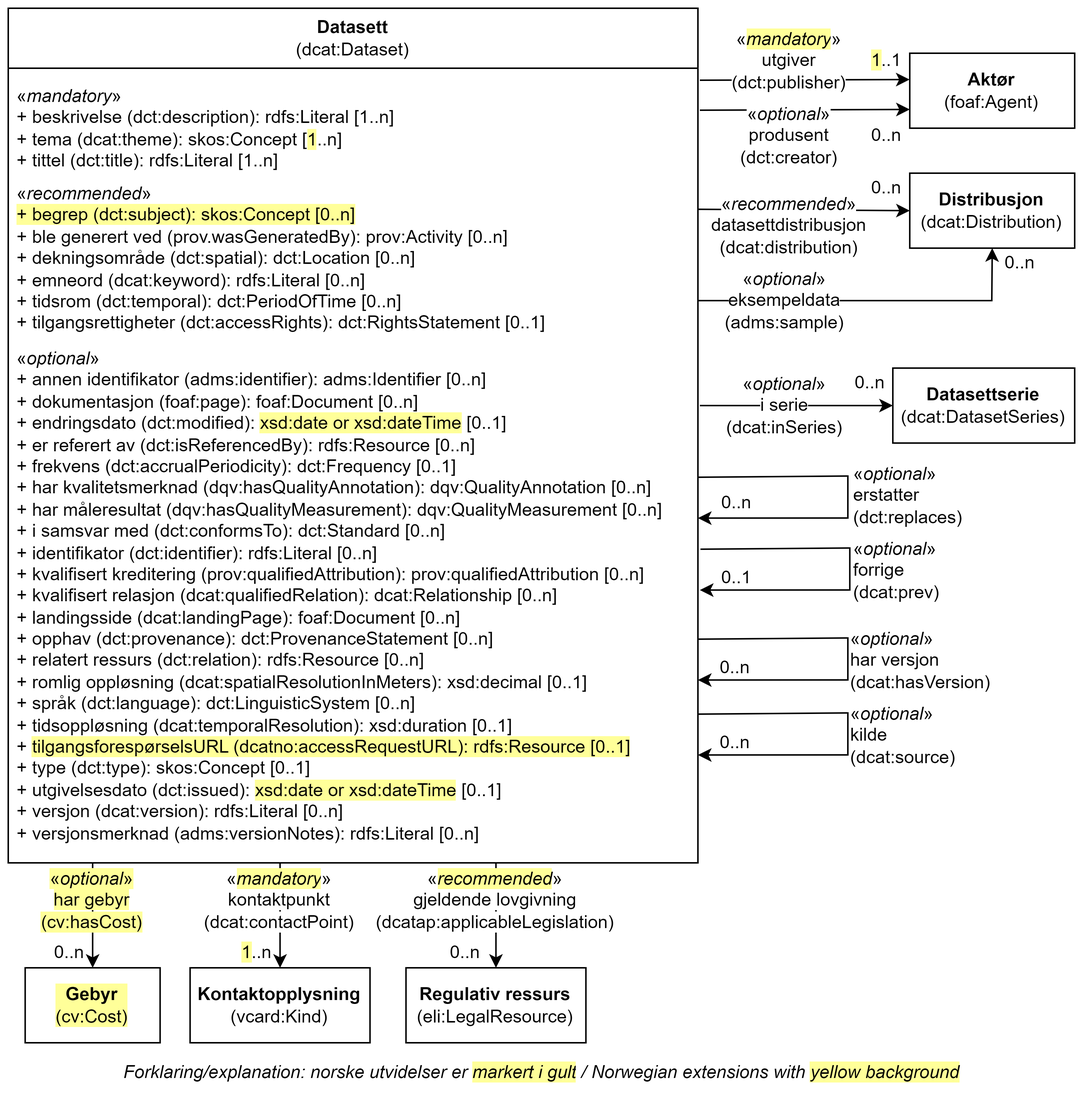
Before: docs/images/Klassen-Datasett.png, a diagram exported from draw.io (Informasjonsforvaltning/dcat-ap-no). Source tidied: cells renumbered, new cells last; positions are measured from the earlier drawing's top-left corner, leaving out a move shared by most shapes.
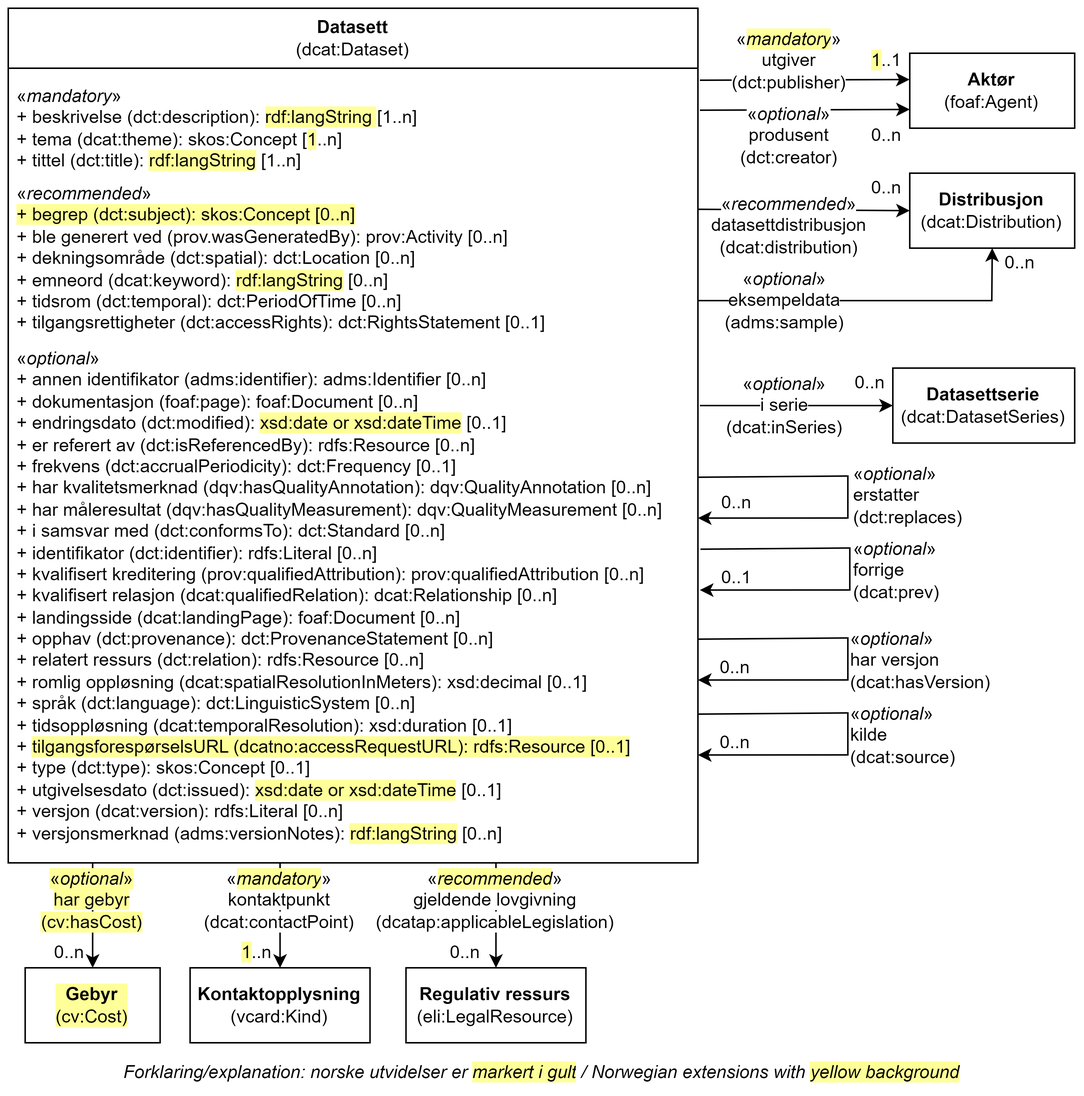
After the change.

Commit message:
Justerer Datasett - Issue #530

What changed in the source:
```diff
@@ -5,13 +5,13 @@
     <mxCell id="2" value="Datasett&lt;br&gt;&lt;span style=&quot;font-weight: normal;&quot;&gt;(dcat:Dataset)&lt;/span&gt;" style="swimlane;whiteSpace=wrap;html=1;startSize=40;" parent="1" vertex="1">
       <mxGeometry width="460" height="570" as="geometry" />
     </mxCell>
-    <mxCell id="3" value="«&lt;i&gt;mandatory&lt;/i&gt;»&lt;br&gt;+ beskrivelse (dct:description): rdfs:Literal [1..n]&lt;br&gt;+ tema (dcat:theme): skos:Concept [&lt;span style=&quot;background-color: rgb(255, 255, 153);&quot;&gt;1&lt;/span&gt;..n]&lt;br&gt;+ tittel (dct:title): rdfs:Literal [1..n]" style="text;strokeColor=none;fillColor=none;align=left;verticalAlign=top;spacingLeft=4;spacingRight=4;overflow=hidden;whiteSpace=wrap;html=1;" parent="2" vertex="1">
+    <mxCell id="3" value="«&lt;i&gt;mandatory&lt;/i&gt;»&lt;br&gt;+ beskrivelse (dct:description): &lt;span style=&quot;background-color: rgb(255, 255, 153);&quot;&gt;rdf:langString &lt;/span&gt;[1..n]&lt;br&gt;+ tema (dcat:theme): skos:Concept [&lt;span style=&quot;background-color: rgb(255, 255, 153);&quot;&gt;1&lt;/span&gt;..n]&lt;br&gt;+ tittel (dct:title):&amp;nbsp;&lt;span style=&quot;background-color: rgb(255, 255, 153);&quot;&gt;rdf:langString&lt;/span&gt;&amp;nbsp;[1..n]" style="text;strokeColor=none;fillColor=none;align=left;verticalAlign=top;spacingLeft=4;spacingRight=4;overflow=hidden;whiteSpace=wrap;html=1;" parent="2" vertex="1">
       <mxGeometry y="45" width="300" height="65" as="geometry" />
     </mxCell>
-    <mxCell id="4" value="«&lt;i&gt;recommended&lt;/i&gt;»&lt;br&gt;&lt;span style=&quot;background-color: rgb(255, 255, 153);&quot;&gt;+ begrep (dct:subject): skos:Concept [0..n]&lt;/span&gt;&lt;br&gt;+ ble generert ved (prov.wasGeneratedBy): prov:Activity [0..n]&lt;br&gt;+ dekningsområde (dct:spatial): dct:Location [0..n]&lt;br&gt;+ emneord (dcat:keyword): rdfs:Literal [0..n]&lt;br&gt;+ tidsrom (dct:temporal): dct:PeriodOfTime [0..n]&lt;br&gt;+&amp;nbsp;tilgangsrettigheter (dct:accessRights):&amp;nbsp;dct:RightsStatement [0..1]" style="text;strokeColor=none;fillColor=none;align=left;verticalAlign=top;spacingLeft=4;spacingRight=4;overflow=hidden;whiteSpace=wrap;html=1;" parent="2" vertex="1">
+    <mxCell id="4" value="«&lt;i&gt;recommended&lt;/i&gt;»&lt;br&gt;&lt;span style=&quot;background-color: rgb(255, 255, 153);&quot;&gt;+ begrep (dct:subject): skos:Concept [0..n]&lt;/span&gt;&lt;br&gt;+ ble generert ved (prov.wasGeneratedBy): prov:Activity [0..n]&lt;br&gt;+ dekningsområde (dct:spatial): dct:Location [0..n]&lt;br&gt;+ emneord (dcat:keyword):&amp;nbsp;&lt;span style=&quot;background-color: rgb(255, 255, 153);&quot;&gt;rdf:langString&lt;/span&gt;&amp;nbsp;[0..n]&lt;br&gt;+ tidsrom (dct:temporal): dct:PeriodOfTime [0..n]&lt;br&gt;+&amp;nbsp;tilgangsrettigheter (dct:accessRights):&amp;nbsp;dct:RightsStatement [0..1]" style="text;strokeColor=none;fillColor=none;align=left;verticalAlign=top;spacingLeft=4;spacingRight=4;overflow=hidden;whiteSpace=wrap;html=1;" parent="2" vertex="1">
       <mxGeometry y="110" width="430" height="110" as="geometry" />
     </mxCell>
-    <mxCell id="5" value="«&lt;i&gt;optional&lt;/i&gt;»&lt;br&gt;+ annen identifikator (adms:identifier): adms:Identifier [0..n]&lt;br&gt;+ dokumentasjon (foaf:page): foaf:Document [0..n]&lt;br&gt;+ endringsdato (dct:modified): &lt;span style=&quot;background-color: rgb(255, 255, 153);&quot;&gt;xsd:date or xsd:dateTime&lt;/span&gt; [0..1]&lt;br&gt;+ er referert av (dct:isReferencedBy): rdfs:Resource [0..n]&lt;br&gt;+ frekvens (dct:accrualPeriodicity): dct:Frequency [0..1]&lt;div&gt;+&amp;nbsp;har kvalitetsmerknad (dqv:hasQualityAnnotation):&amp;nbsp;dqv:QualityAnnotation [0..n]&lt;/div&gt;&lt;div&gt;+ har måleresultat (dqv:hasQualityMeasurement): dqv:QualityMeasurement [0..n]&lt;/div&gt;&lt;div&gt;+&amp;nbsp;i samsvar med (dct:conformsTo): dct:Standard [0..n]&lt;br&gt;+ identifikator (dct:identifier): rdfs:Literal [0..n]&lt;br&gt;+ kvalifisert kreditering (prov:qualifiedAttribution): prov:qualifiedAttribution [0..n]&lt;br&gt;+ kvalifisert relasjon (dcat:qualifiedRelation): dcat:Relationship [0..n]&lt;br&gt;+ landingsside (dcat:landingPage): foaf:Document [0..n]&lt;br&gt;+ opphav (dct:provenance): dct:ProvenanceStatement [0..n]&lt;br&gt;+ relatert ressurs (dct:relation): rdfs:Resource [0..n]&lt;br&gt;+ romlig oppløsning (dcat:spatialResolutionInMeters): xsd:decimal [0..1]&lt;br&gt;+ språk (dct:language): dct:LinguisticSystem [0..n]&lt;br&gt;+ tidsoppløsning (dcat:temporalResolution): xsd:duration [0..1]&lt;br&gt;+&amp;nbsp;&lt;span style=&quot;background-color: rgb(255, 255, 153);&quot;&gt;tilgangsforespørselsURL (dcatno:accessRequestURL): rdfs:Resource [0..1]&lt;/span&gt;&lt;br&gt;+ type (dct:type): skos:Concept [0..1]&lt;/div&gt;&lt;div&gt;+ utgivelsesdato (dct:issued): &lt;span style=&quot;background-color: rgb(255, 255, 153);&quot;&gt;xsd:date or xsd:dateTime&lt;/span&gt; [0..1]&lt;br&gt;+ versjon (dcat:version): rdfs:Literal [0..n]&lt;br&gt;+ versjonsmerknad (adms:versionNotes): rdfs:Literal [0..n]&lt;/div&gt;" style="text;strokeColor=none;fillColor=none;align=left;verticalAlign=top;spacingLeft=4;spacingRight=4;overflow=hidden;whiteSpace=wrap;html=1;" parent="2" vertex="1">
+    <mxCell id="5" value="«&lt;i&gt;optional&lt;/i&gt;»&lt;br&gt;+ annen identifikator (adms:identifier): adms:Identifier [0..n]&lt;br&gt;+ dokumentasjon (foaf:page): foaf:Document [0..n]&lt;br&gt;+ endringsdato (dct:modified): &lt;span style=&quot;background-color: rgb(255, 255, 153);&quot;&gt;xsd:date or xsd:dateTime&lt;/span&gt; [0..1]&lt;br&gt;+ er referert av (dct:isReferencedBy): rdfs:Resource [0..n]&lt;br&gt;+ frekvens (dct:accrualPeriodicity): dct:Frequency [0..1]&lt;div&gt;+&amp;nbsp;har kvalitetsmerknad (dqv:hasQualityAnnotation):&amp;nbsp;dqv:QualityAnnotation [0..n]&lt;/div&gt;&lt;div&gt;+ har måleresultat (dqv:hasQualityMeasurement): dqv:QualityMeasurement [0..n]&lt;/div&gt;&lt;div&gt;+&amp;nbsp;i samsvar med (dct:conformsTo): dct:Standard [0..n]&lt;br&gt;+ identifikator (dct:identifier): rdfs:Literal [0..n]&lt;br&gt;+ kvalifisert kreditering (prov:qualifiedAttribution): prov:qualifiedAttribution [0..n]&lt;br&gt;+ kvalifisert relasjon (dcat:qualifiedRelation): dcat:Relationship [0..n]&lt;br&gt;+ landingsside (dcat:landingPage): foaf:Document [0..n]&lt;br&gt;+ opphav (dct:provenance): dct:ProvenanceStatement [0..n]&lt;br&gt;+ relatert ressurs (dct:relation): rdfs:Resource [0..n]&lt;br&gt;+ romlig oppløsning (dcat:spatialResolutionInMeters): xsd:decimal [0..1]&lt;br&gt;+ språk (dct:language): dct:LinguisticSystem [0..n]&lt;br&gt;+ tidsoppløsning (dcat:temporalResolution): xsd:duration [0..1]&lt;br&gt;+&amp;nbsp;&lt;span style=&quot;background-color: rgb(255, 255, 153);&quot;&gt;tilgangsforespørselsURL (dcatno:accessRequestURL): rdfs:Resource [0..1]&lt;/span&gt;&lt;br&gt;+ type (dct:type): skos:Concept [0..1]&lt;/div&gt;&lt;div&gt;+ utgivelsesdato (dct:issued): &lt;span style=&quot;background-color: rgb(255, 255, 153);&quot;&gt;xsd:date or xsd:dateTime&lt;/span&gt; [0..1]&lt;br&gt;+ versjon (dcat:version): rdfs:Literal [0..n]&lt;br&gt;+ versjonsmerknad (adms:versionNotes):&amp;nbsp;&lt;span style=&quot;background-color: rgb(255, 255, 153);&quot;&gt;rdf:langString&lt;/span&gt;&amp;nbsp;&lt;span style=&quot;background-color: initial;&quot;&gt;[0..n]&lt;/span&gt;&lt;/div&gt;" style="text;strokeColor=none;fillColor=none;align=left;verticalAlign=top;spacingLeft=4;spacingRight=4;overflow=hidden;whiteSpace=wrap;html=1;" parent="2" vertex="1">
       <mxGeometry y="220" width="450" height="340" as="geometry" />
     </mxCell>
     <mxCell id="6" value="&lt;b&gt;Aktør&lt;/b&gt;&lt;br&gt;(foaf:Agent)" style="html=1;whiteSpace=wrap;" parent="1" vertex="1">
```
